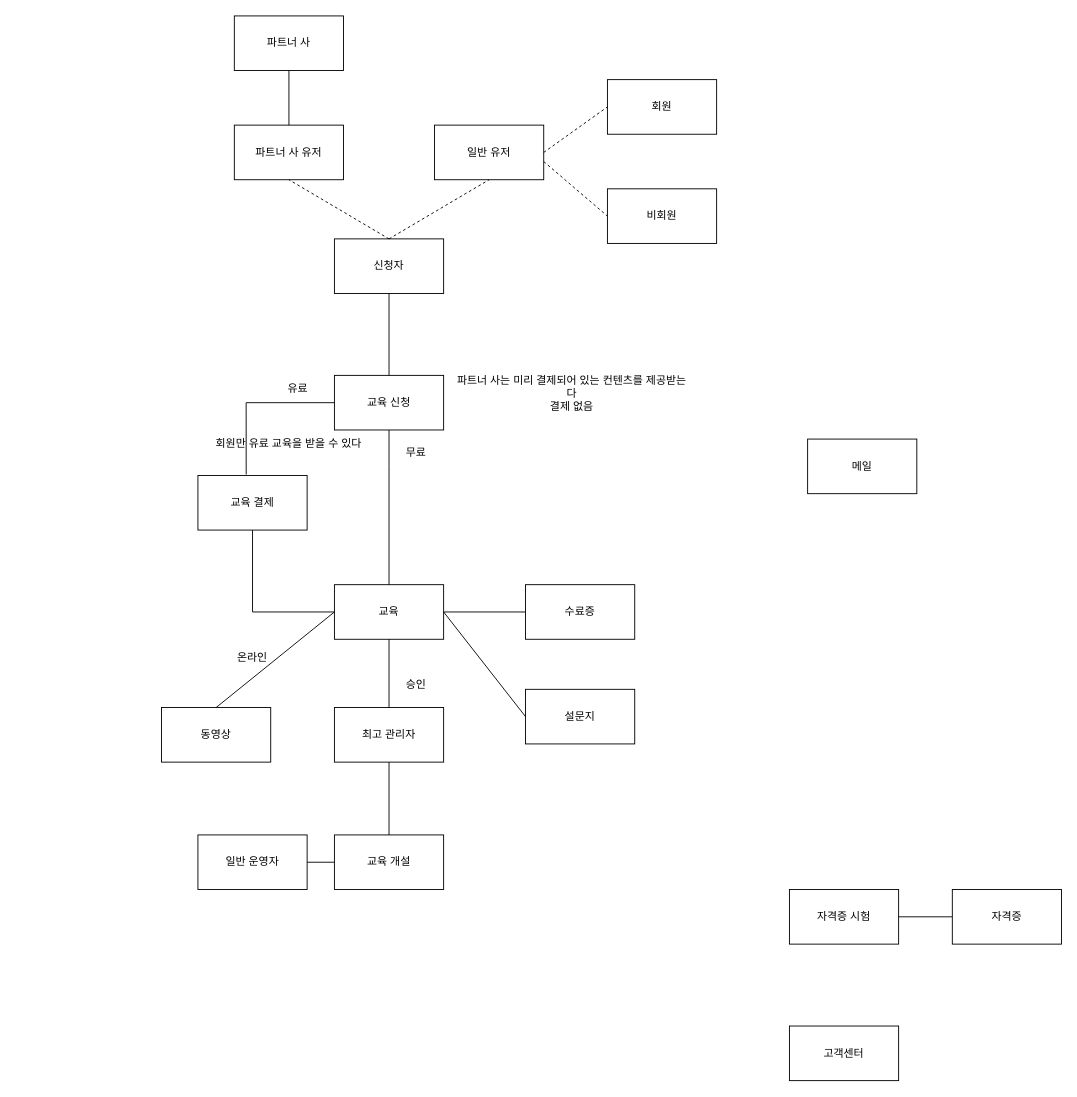
The draw.io diagram Untitled Diagram.drawio in Ganjinajae/algorithm, before the edit. Source tidied: cells renumbered, new cells numbered last; positions are measured from the earlier drawing's top-left corner, leaving out a move shared by most shapes. Both pictures are drawn from the tidied source at 91%, with x=0, y=0 at pixel (161, 15).
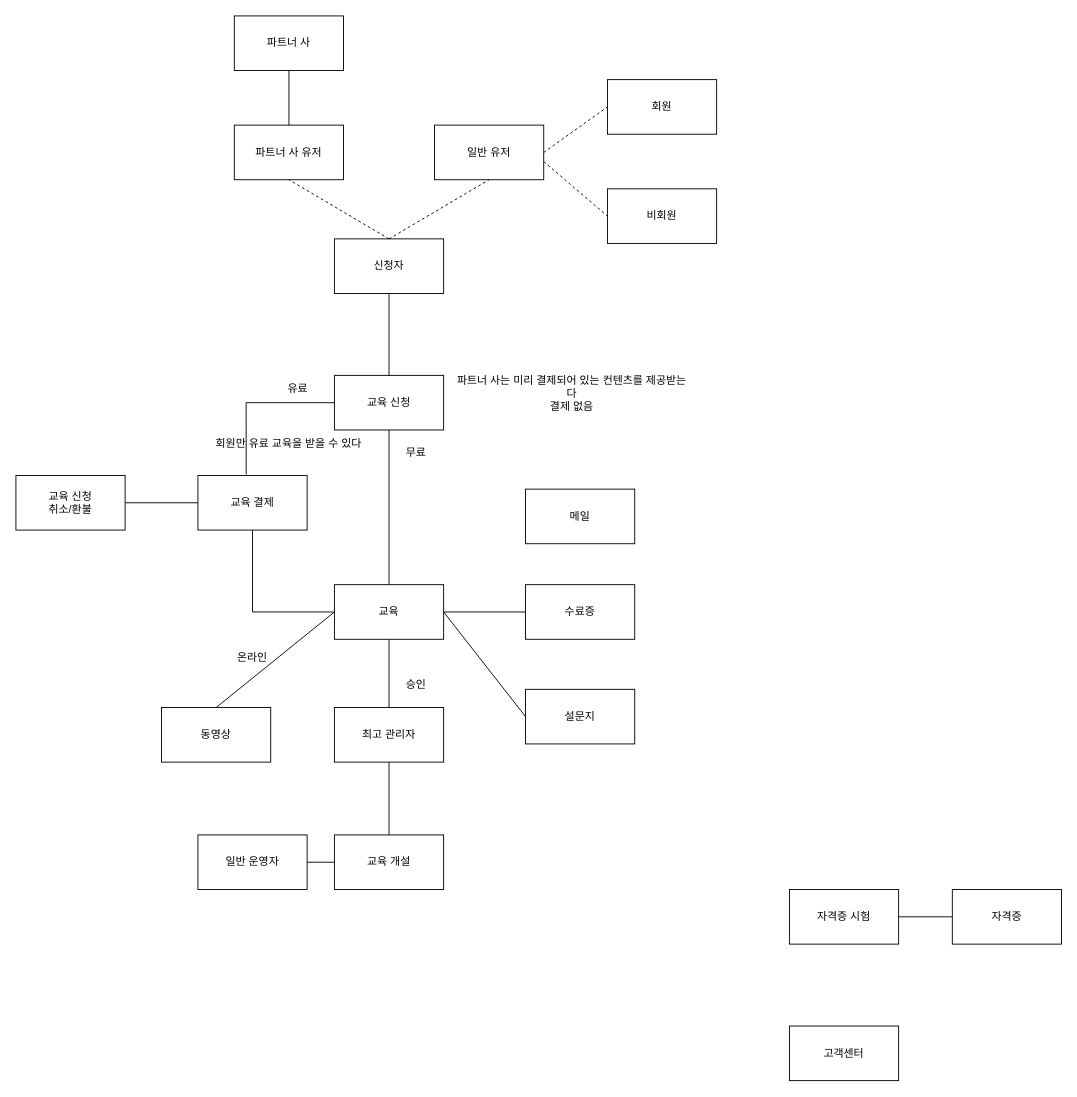
The same diagram, later.

Unchanged cells that the change refers to:
```xml
<mxCell id="7" value="교육 결제" style="rounded=0;whiteSpace=wrap;html=1;" parent="1" vertex="1">
  <mxGeometry x="40" y="505" width="120" height="60" as="geometry" />
</mxCell>
```

Diff of the diagram source:
```diff
@@
     <mxCell id="37" value="메일" style="rounded=0;whiteSpace=wrap;html=1;" parent="1" vertex="1">
-      <mxGeometry x="710" y="465" width="120" height="60" as="geometry" />
+      <mxGeometry x="400" y="520" width="120" height="60" as="geometry" />
     </mxCell>
@@
+    <mxCell id="43" value="교육 신청 &lt;br&gt;취소/환불" style="rounded=0;whiteSpace=wrap;html=1;" parent="1" vertex="1">
+      <mxGeometry x="-160" y="505" width="120" height="60" as="geometry" />
+    </mxCell>
+    <mxCell id="44" style="endArrow=none;html=1;rounded=0;entryX=0;entryY=0.5;entryDx=0;entryDy=0;exitX=1;exitY=0.5;exitDx=0;exitDy=0;" parent="1" edge="1" source="43" target="7">
+      <mxGeometry relative="1" as="geometry" />
+    </mxCell>
```
